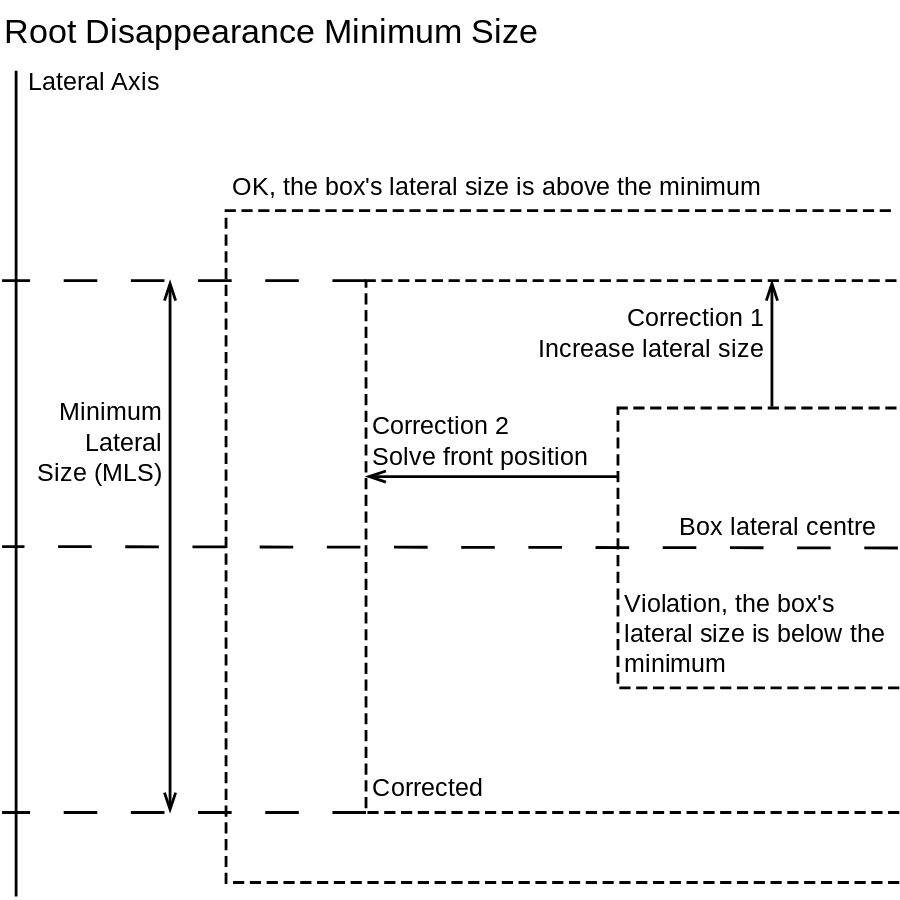
Above: documents/Specification/07ZoomBoxMovement/RootDisappearanceSize.svg in dasher-project/dasher-web (draw.io), before the change. Source tidied: cells renumbered, new cells last; positions are measured from the earlier drawing's top-left corner, leaving out a move shared by most shapes.
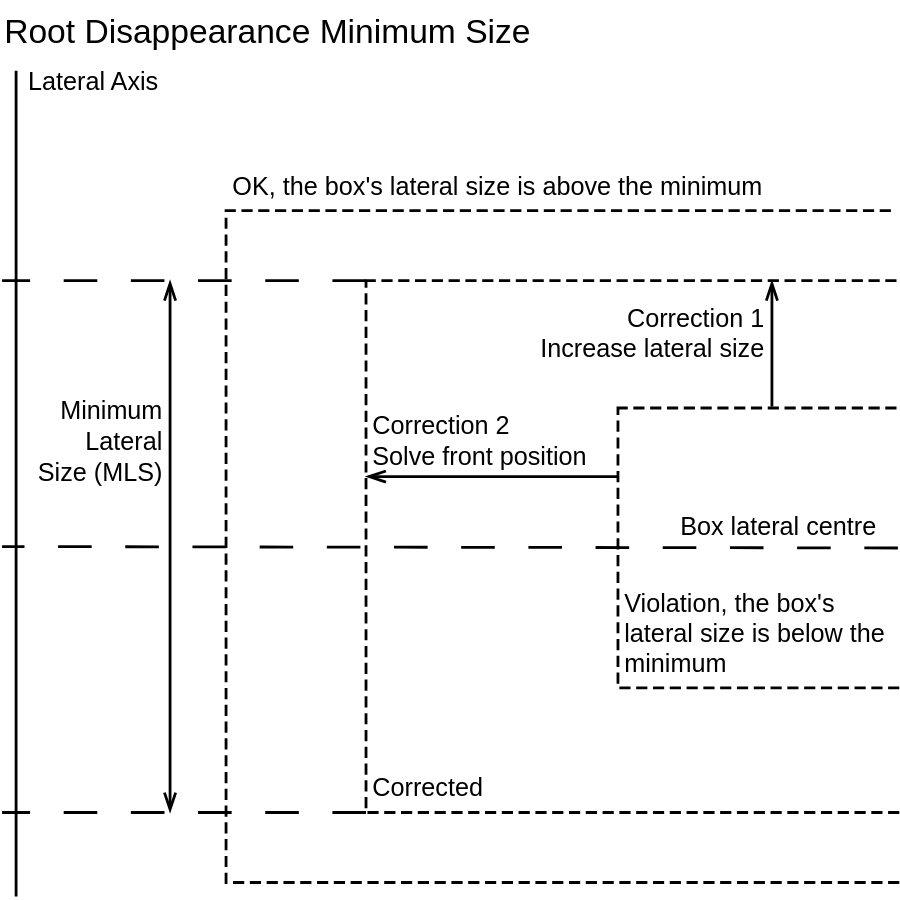
Above is the later version.

Change to the diagram source:
```diff
@@ -2,54 +2,54 @@
   <root>
     <mxCell id="0" />
     <mxCell id="1" parent="0" />
-    <mxCell id="2" value="Lateral Axis" style="endArrow=none;fontSize=18;strokeWidth=2;endFill=0;endSize=10;labelBackgroundColor=none;spacingTop=0;align=left;rounded=0;elbow=vertical;fontFamily=Open Sans;startArrow=none;startFill=0;spacing=9;verticalAlign=middle;fontSource=https%3A%2F%2Ffonts.googleapis.com%2Fcss%3Ffamily%3DOpen%2BSans;" parent="1" edge="1">
+    <mxCell id="2" value="Lateral Axis" style="endArrow=none;fontSize=18;strokeWidth=2;endFill=0;endSize=10;labelBackgroundColor=none;spacingTop=0;align=left;rounded=0;elbow=vertical;fontFamily=Helvetica;startArrow=none;startFill=0;spacing=9;verticalAlign=middle;" parent="1" edge="1">
       <mxGeometry x="-0.98" relative="1" as="geometry">
         <mxPoint x="10" y="50" as="sourcePoint" />
         <mxPoint x="10" y="640" as="targetPoint" />
       </mxGeometry>
     </mxCell>
-    <mxCell id="3" value="Minimum&#10;Lateral&#10;Size (MLS)" style="endArrow=openThin;fontSize=18;strokeWidth=2;endFill=0;endSize=10;labelBackgroundColor=none;spacingTop=0;align=right;rounded=0;elbow=vertical;fontFamily=Open Sans;startArrow=openThin;startFill=0;fontSource=https%3A%2F%2Ffonts.googleapis.com%2Fcss%3Ffamily%3DOpen%2BSans;startSize=10;spacing=5;" parent="1" edge="1">
+    <mxCell id="3" value="Minimum&#10;Lateral&#10;Size (MLS)" style="endArrow=openThin;fontSize=18;strokeWidth=2;endFill=0;endSize=10;labelBackgroundColor=none;spacingTop=0;align=right;rounded=0;elbow=vertical;fontFamily=Helvetica;startArrow=openThin;startFill=0;startSize=10;spacing=5;" parent="1" edge="1">
       <mxGeometry x="0.4" relative="1" as="geometry">
         <mxPoint x="120" y="580" as="sourcePoint" />
         <mxPoint x="120" y="200" as="targetPoint" />
       </mxGeometry>
     </mxCell>
-    <mxCell id="4" value="Box lateral centre" style="endArrow=none;fontSize=18;strokeWidth=2;endFill=0;endSize=10;labelBackgroundColor=none;spacingTop=0;align=right;rounded=0;elbow=vertical;fontFamily=Open Sans;startArrow=none;startFill=0;verticalAlign=bottom;spacing=5;fontSource=https%3A%2F%2Ffonts.googleapis.com%2Fcss%3Ffamily%3DOpen%2BSans;dashed=1;dashPattern=12 12;exitX=1;exitY=0.5;exitDx=0;exitDy=0;" parent="1" edge="1" source="10">
+    <mxCell id="4" value="Box lateral centre" style="endArrow=none;fontSize=18;strokeWidth=2;endFill=0;endSize=10;labelBackgroundColor=none;spacingTop=0;align=right;rounded=0;elbow=vertical;fontFamily=Helvetica;startArrow=none;startFill=0;verticalAlign=bottom;spacing=5;dashed=1;dashPattern=12 12;exitX=1;exitY=0.5;exitDx=0;exitDy=0;" parent="1" edge="1" source="10">
       <mxGeometry x="-0.97" y="-1" relative="1" as="geometry">
         <mxPoint y="390" as="targetPoint" />
       </mxGeometry>
     </mxCell>
-    <mxCell id="5" value="OK, the box's lateral size is above the minimum" style="shape=partialRectangle;bottom=1;top=1;fillColor=none;strokeWidth=2;fontSize=18;right=0;fontFamily=Open Sans;align=left;verticalAlign=bottom;spacing=5;labelPosition=center;verticalLabelPosition=top;spacingBottom=0;spacingTop=0;labelBackgroundColor=none;fontSource=https%3A%2F%2Ffonts.googleapis.com%2Fcss%3Ffamily%3DOpen%2BSans;dashed=1;whiteSpace=wrap;" parent="1" vertex="1">
+    <mxCell id="5" value="OK, the box's lateral size is above the minimum" style="shape=partialRectangle;bottom=1;top=1;fillColor=none;strokeWidth=2;fontSize=18;right=0;fontFamily=Helvetica;align=left;verticalAlign=bottom;spacing=5;labelPosition=center;verticalLabelPosition=top;spacingBottom=0;spacingTop=0;labelBackgroundColor=none;dashed=1;whiteSpace=wrap;" parent="1" vertex="1">
       <mxGeometry x="160" y="150" width="480" height="480" as="geometry" />
     </mxCell>
-    <mxCell id="6" value="Root Disappearance Minimum Size" style="text;align=left;verticalAlign=middle;strokeColor=none;fillColor=none;fontFamily=Open Sans;fontSource=https%3A%2F%2Ffonts.googleapis.com%2Fcss%3Ffamily%3DOpen%2BSans;fontSize=24;" parent="1" vertex="1">
-      <mxGeometry width="410" height="40" as="geometry" />
+    <mxCell id="6" value="Root Disappearance Minimum Size" style="text;align=left;verticalAlign=middle;strokeColor=none;fillColor=none;fontFamily=Helvetica;fontSize=24;" parent="1" vertex="1">
+      <mxGeometry width="400" height="40" as="geometry" />
     </mxCell>
-    <mxCell id="7" style="endArrow=none;fontSize=18;strokeWidth=2;endFill=0;endSize=10;labelBackgroundColor=none;spacingTop=0;align=left;rounded=0;elbow=vertical;fontFamily=Open Sans;startArrow=none;startFill=0;verticalAlign=top;spacing=5;fontSource=https%3A%2F%2Ffonts.googleapis.com%2Fcss%3Ffamily%3DOpen%2BSans;dashed=1;dashPattern=12 12;" parent="1" edge="1">
+    <mxCell id="7" style="endArrow=none;fontSize=18;strokeWidth=2;endFill=0;endSize=10;labelBackgroundColor=none;spacingTop=0;align=left;rounded=0;elbow=vertical;fontFamily=Helvetica;startArrow=none;startFill=0;verticalAlign=top;spacing=5;dashed=1;dashPattern=12 12;" parent="1" edge="1">
       <mxGeometry x="0.83" relative="1" as="geometry">
         <mxPoint x="260" y="200" as="sourcePoint" />
         <mxPoint y="200" as="targetPoint" />
       </mxGeometry>
     </mxCell>
-    <mxCell id="8" style="endArrow=none;fontSize=18;strokeWidth=2;endFill=0;endSize=10;labelBackgroundColor=none;spacingTop=0;align=left;rounded=0;elbow=vertical;fontFamily=Open Sans;startArrow=none;startFill=0;verticalAlign=top;spacing=5;fontSource=https%3A%2F%2Ffonts.googleapis.com%2Fcss%3Ffamily%3DOpen%2BSans;dashed=1;dashPattern=12 12;" parent="1" edge="1">
+    <mxCell id="8" style="endArrow=none;fontSize=18;strokeWidth=2;endFill=0;endSize=10;labelBackgroundColor=none;spacingTop=0;align=left;rounded=0;elbow=vertical;fontFamily=Helvetica;startArrow=none;startFill=0;verticalAlign=top;spacing=5;dashed=1;dashPattern=12 12;" parent="1" edge="1">
       <mxGeometry x="0.83" relative="1" as="geometry">
         <mxPoint x="260" y="580" as="sourcePoint" />
         <mxPoint y="580" as="targetPoint" />
       </mxGeometry>
     </mxCell>
-    <mxCell id="9" value="Corrected" style="shape=partialRectangle;bottom=1;top=1;fillColor=none;strokeWidth=2;fontSize=18;right=0;fontFamily=Open Sans;align=left;verticalAlign=bottom;spacing=5;labelPosition=center;verticalLabelPosition=middle;spacingBottom=0;spacingTop=0;labelBackgroundColor=none;fontSource=https%3A%2F%2Ffonts.googleapis.com%2Fcss%3Ffamily%3DOpen%2BSans;dashed=1;whiteSpace=wrap;" parent="1" vertex="1">
+    <mxCell id="9" value="Corrected" style="shape=partialRectangle;bottom=1;top=1;fillColor=none;strokeWidth=2;fontSize=18;right=0;fontFamily=Helvetica;align=left;verticalAlign=bottom;spacing=5;labelPosition=center;verticalLabelPosition=middle;spacingBottom=0;spacingTop=0;labelBackgroundColor=none;dashed=1;whiteSpace=wrap;" parent="1" vertex="1">
       <mxGeometry x="260" y="200" width="380" height="380" as="geometry" />
     </mxCell>
-    <mxCell id="10" value="Violation, the box's lateral size is below the minimum" style="shape=partialRectangle;bottom=1;top=1;fillColor=none;strokeWidth=2;fontSize=18;right=0;fontFamily=Open Sans;align=left;verticalAlign=bottom;spacing=5;labelPosition=center;verticalLabelPosition=middle;spacingBottom=0;spacingTop=0;labelBackgroundColor=none;fontSource=https%3A%2F%2Ffonts.googleapis.com%2Fcss%3Ffamily%3DOpen%2BSans;dashed=1;whiteSpace=wrap;" parent="1" vertex="1">
+    <mxCell id="10" value="Violation, the box's lateral size is below the minimum" style="shape=partialRectangle;bottom=1;top=1;fillColor=none;strokeWidth=2;fontSize=18;right=0;fontFamily=Helvetica;align=left;verticalAlign=bottom;spacing=5;labelPosition=center;verticalLabelPosition=middle;spacingBottom=0;spacingTop=0;labelBackgroundColor=none;dashed=1;whiteSpace=wrap;" parent="1" vertex="1">
       <mxGeometry x="440" y="291" width="200" height="200" as="geometry" />
     </mxCell>
-    <mxCell id="11" value="Correction 1&#10;Increase lateral size" style="endArrow=none;fontSize=18;strokeWidth=2;endFill=0;endSize=10;labelBackgroundColor=none;spacingTop=0;align=right;rounded=0;elbow=vertical;fontFamily=Open Sans;startArrow=openThin;startFill=0;startSize=10;verticalAlign=middle;spacing=5;fontSource=https%3A%2F%2Ffonts.googleapis.com%2Fcss%3Ffamily%3DOpen%2BSans;" parent="1" edge="1">
+    <mxCell id="11" value="Correction 1&#10;Increase lateral size" style="endArrow=none;fontSize=18;strokeWidth=2;endFill=0;endSize=10;labelBackgroundColor=none;spacingTop=0;align=right;rounded=0;elbow=vertical;fontFamily=Helvetica;startArrow=openThin;startFill=0;startSize=10;verticalAlign=middle;spacing=5;" parent="1" edge="1">
       <mxGeometry x="-0.2" relative="1" as="geometry">
         <mxPoint x="550" y="200" as="sourcePoint" />
         <mxPoint x="550" y="290" as="targetPoint" />
       </mxGeometry>
     </mxCell>
-    <mxCell id="12" value="Correction 2&#10;Solve front position" style="endArrow=none;fontSize=18;strokeWidth=2;endFill=0;endSize=10;labelBackgroundColor=none;spacingTop=0;align=left;rounded=0;elbow=vertical;fontFamily=Open Sans;startArrow=openThin;startFill=0;startSize=10;verticalAlign=bottom;spacing=5;fontSource=https%3A%2F%2Ffonts.googleapis.com%2Fcss%3Ffamily%3DOpen%2BSans;" parent="1" edge="1">
+    <mxCell id="12" value="Correction 2&#10;Solve front position" style="endArrow=none;fontSize=18;strokeWidth=2;endFill=0;endSize=10;labelBackgroundColor=none;spacingTop=0;align=left;rounded=0;elbow=vertical;fontFamily=Helvetica;startArrow=openThin;startFill=0;startSize=10;verticalAlign=bottom;spacing=5;" parent="1" edge="1">
       <mxGeometry x="-1" relative="1" as="geometry">
         <mxPoint x="260" y="340" as="sourcePoint" />
         <mxPoint x="440" y="340" as="targetPoint" />
```
